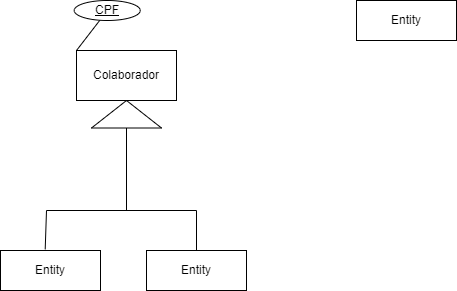
This is Database Diagram.drawio.png from ivanalves-t/DataBaseMER, a draw.io export, as it was before one commit. Source tidied: cells renumbered, new cells last; positions are measured from the earlier drawing's top-left corner, leaving out a move shared by most shapes.
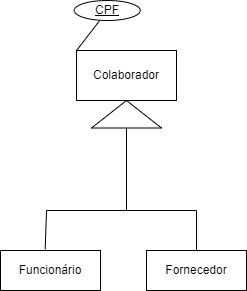
The same file after the commit.

Commit message:
Herança finalizada

Diff of the diagram source:
```diff
@@ -2,9 +2,6 @@
   <root>
     <mxCell id="0" />
     <mxCell id="1" parent="0" />
-    <mxCell id="2" value="Entity" style="whiteSpace=wrap;html=1;align=center;" parent="1" vertex="1">
-      <mxGeometry x="356" width="100" height="40" as="geometry" />
-    </mxCell>
     <mxCell id="3" style="triangle;whiteSpace=wrap;html=1;rotation=-90;" parent="1" vertex="1">
       <mxGeometry x="112.2" y="78.8" width="27.5" height="70" as="geometry" />
     </mxCell>
@@ -22,10 +19,10 @@
         <mxPoint x="126" y="210" as="targetPoint" />
       </mxGeometry>
     </mxCell>
-    <mxCell id="8" value="Entity" style="whiteSpace=wrap;html=1;align=center;" parent="1" vertex="1">
+    <mxCell id="8" value="Funcionário" style="whiteSpace=wrap;html=1;align=center;" parent="1" vertex="1">
       <mxGeometry y="250" width="100" height="40" as="geometry" />
     </mxCell>
-    <mxCell id="9" value="Entity" style="whiteSpace=wrap;html=1;align=center;" parent="1" vertex="1">
+    <mxCell id="9" value="Fornecedor" style="whiteSpace=wrap;html=1;align=center;" parent="1" vertex="1">
       <mxGeometry x="146" y="250" width="100" height="40" as="geometry" />
     </mxCell>
     <mxCell id="10" style="endArrow=none;html=1;rounded=0;entryX=0.447;entryY=-0.029;entryDx=0;entryDy=0;entryPerimeter=0;" parent="1" edge="1" target="8">
```
